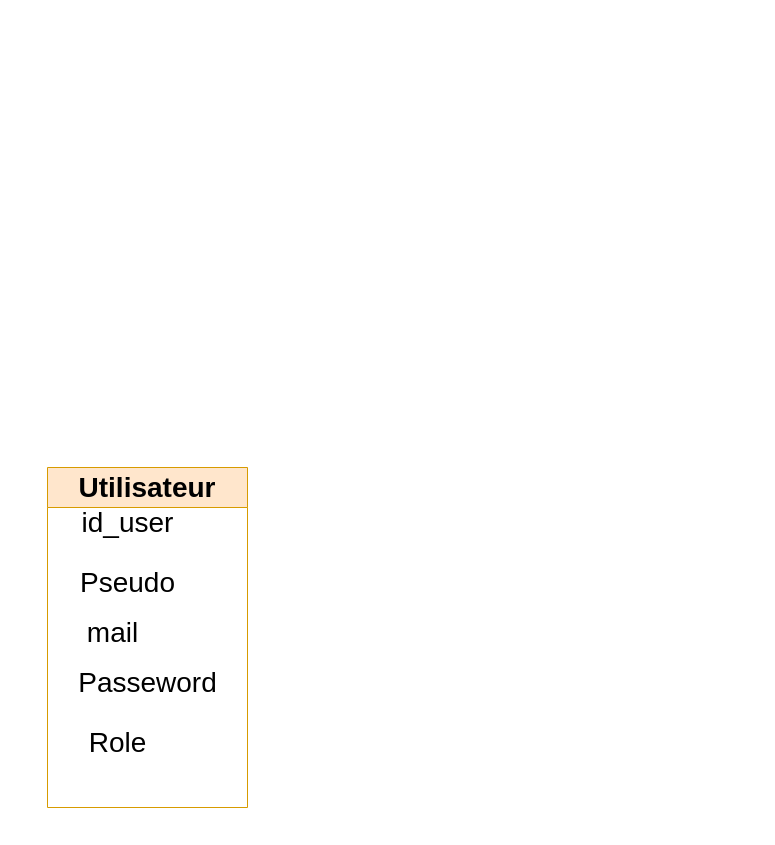
Above: Diagramme sans nom.drawio in sgjiri/first-page-html (draw.io), before the change. Source tidied: cells renumbered, new cells numbered last; positions are measured from the earlier drawing's top-left corner, leaving out a move shared by most shapes. Both pictures are drawn from the tidied source at 100%, with x=0, y=0 at pixel (47, 467).
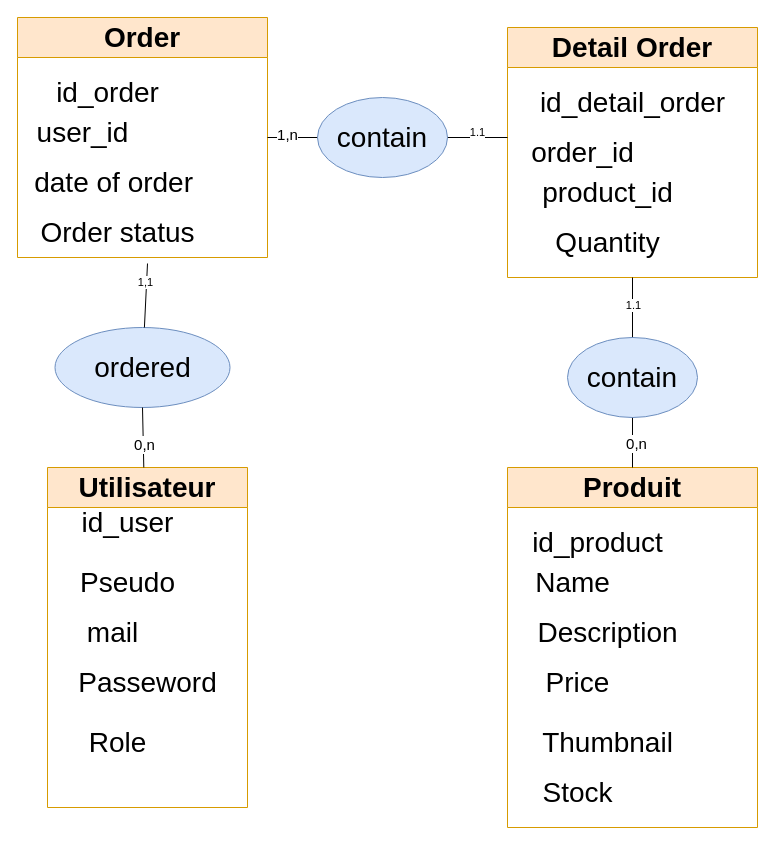
The same diagram, later.

Commit message (it also covers changes not shown here):
Mettre à jour Diagramme sans nom.drawio

Unchanged cells that the change refers to:
```xml
<mxCell id="2" value="&lt;font style=&quot;font-size: 28px;&quot;&gt;Utilisateur&lt;/font&gt;" style="swimlane;whiteSpace=wrap;html=1;fillColor=#ffe6cc;strokeColor=#d79b00;fontSize=17;startSize=40;" parent="1" vertex="1">
  <mxGeometry width="200" height="340" as="geometry" />
</mxCell>
```

Diff of the diagram source:
```diff
@@
+    <mxCell id="8" value="&lt;span style=&quot;font-size: 28px;&quot;&gt;Produit&lt;/span&gt;" style="swimlane;whiteSpace=wrap;html=1;fillColor=#ffe6cc;strokeColor=#d79b00;fontSize=17;startSize=40;" parent="1" vertex="1">
+      <mxGeometry x="460" width="250" height="360" as="geometry" />
+    </mxCell>
+    <mxCell id="9" value="Name" style="text;html=1;align=center;verticalAlign=middle;strokeColor=none;fillColor=none;fontSize=28;" parent="8" vertex="1">
+      <mxGeometry x="15" y="90" width="100" height="50" as="geometry" />
+    </mxCell>
+    <mxCell id="10" value="Description" style="text;html=1;align=center;verticalAlign=middle;strokeColor=none;fillColor=none;fontSize=28;" parent="8" vertex="1">
+      <mxGeometry x="20" y="140" width="160" height="50" as="geometry" />
+    </mxCell>
+    <mxCell id="11" value="id_product" style="text;html=1;align=center;verticalAlign=middle;strokeColor=none;fillColor=none;fontSize=28;" parent="8" vertex="1">
+      <mxGeometry x="15" y="50" width="150" height="50" as="geometry" />
+    </mxCell>
+    <mxCell id="12" value="Price" style="text;html=1;align=center;verticalAlign=middle;strokeColor=none;fillColor=none;fontSize=28;" parent="8" vertex="1">
+      <mxGeometry x="25" y="190" width="90" height="50" as="geometry" />
+    </mxCell>
+    <mxCell id="13" value="Thumbnail" style="text;html=1;align=center;verticalAlign=middle;strokeColor=none;fillColor=none;fontSize=28;" parent="8" vertex="1">
+      <mxGeometry x="25" y="250" width="150" height="50" as="geometry" />
+    </mxCell>
+    <mxCell id="14" value="Stock" style="text;html=1;align=center;verticalAlign=middle;strokeColor=none;fillColor=none;fontSize=28;" parent="8" vertex="1">
+      <mxGeometry x="25" y="300" width="90" height="50" as="geometry" />
+    </mxCell>
+    <mxCell id="15" style="edgeStyle=orthogonalEdgeStyle;rounded=0;jettySize=auto;html=1;exitX=1;exitY=0.5;exitDx=0;exitDy=0;strokeColor=none;" parent="1" edge="1" source="16">
+      <mxGeometry relative="1" as="geometry">
+        <mxPoint x="320" y="-320" as="targetPoint" />
+      </mxGeometry>
+    </mxCell>
+    <mxCell id="16" value="&lt;span style=&quot;font-size: 28px;&quot;&gt;Order&lt;/span&gt;" style="swimlane;whiteSpace=wrap;html=1;fillColor=#ffe6cc;strokeColor=#d79b00;fontSize=17;startSize=40;" parent="1" vertex="1">
+      <mxGeometry x="-30" y="-450" width="250" height="240" as="geometry" />
+    </mxCell>
+    <mxCell id="17" value="user_id" style="text;html=1;align=center;verticalAlign=middle;strokeColor=none;fillColor=none;fontSize=28;" parent="16" vertex="1">
+      <mxGeometry x="5" y="90" width="120" height="50" as="geometry" />
+    </mxCell>
+    <mxCell id="18" value="date of&amp;nbsp;order&amp;nbsp;" style="text;html=1;align=center;verticalAlign=middle;strokeColor=none;fillColor=none;fontSize=28;" parent="16" vertex="1">
+      <mxGeometry x="5" y="140" width="190" height="50" as="geometry" />
+    </mxCell>
+    <mxCell id="19" value="id_order" style="text;html=1;align=center;verticalAlign=middle;strokeColor=none;fillColor=none;fontSize=28;" parent="16" vertex="1">
+      <mxGeometry x="25" y="50" width="130" height="50" as="geometry" />
+    </mxCell>
+    <mxCell id="20" value="Order status" style="text;html=1;align=center;verticalAlign=middle;strokeColor=none;fillColor=none;fontSize=28;" parent="16" vertex="1">
+      <mxGeometry x="10" y="190" width="180" height="50" as="geometry" />
+    </mxCell>
+    <mxCell id="21" value="&lt;span style=&quot;font-size: 28px;&quot;&gt;Detail Order&lt;/span&gt;" style="swimlane;whiteSpace=wrap;html=1;fillColor=#ffe6cc;strokeColor=#d79b00;fontSize=17;startSize=40;" parent="1" vertex="1">
+      <mxGeometry x="460" y="-440" width="250" height="250" as="geometry" />
+    </mxCell>
+    <mxCell id="22" value="product_id" style="text;html=1;align=center;verticalAlign=middle;strokeColor=none;fillColor=none;fontSize=28;" parent="21" vertex="1">
+      <mxGeometry x="25" y="140" width="150" height="50" as="geometry" />
+    </mxCell>
+    <mxCell id="23" value="order_id" style="text;html=1;align=center;verticalAlign=middle;strokeColor=none;fillColor=none;fontSize=28;" parent="21" vertex="1">
+      <mxGeometry x="10" y="100" width="130" height="50" as="geometry" />
+    </mxCell>
+    <mxCell id="24" value="Quantity" style="text;html=1;align=center;verticalAlign=middle;strokeColor=none;fillColor=none;fontSize=28;" parent="21" vertex="1">
+      <mxGeometry x="35" y="190" width="130" height="50" as="geometry" />
+    </mxCell>
+    <mxCell id="25" value="id_detail_order" style="text;html=1;align=center;verticalAlign=middle;strokeColor=none;fillColor=none;fontSize=28;" parent="21" vertex="1">
+      <mxGeometry x="20" y="50" width="210" height="50" as="geometry" />
+    </mxCell>
+    <mxCell id="26" value="ordered" style="ellipse;whiteSpace=wrap;html=1;fillColor=#dae8fc;strokeColor=#6c8ebf;fontSize=28;" parent="1" vertex="1">
+      <mxGeometry x="7.5" y="-140" width="175" height="80" as="geometry" />
+    </mxCell>
+    <mxCell id="27" style="endArrow=none;html=1;rounded=0;exitX=0.5;exitY=1;exitDx=0;exitDy=0;" parent="1" edge="1" source="26" target="2">
+      <mxGeometry relative="1" as="geometry" />
+    </mxCell>
+    <mxCell id="28" value="&lt;font style=&quot;font-size: 15px;&quot;&gt;0,n&lt;/font&gt;" style="edgeLabel;html=1;align=center;verticalAlign=middle;" parent="27" vertex="1">
+      <mxGeometry x="0.23" y="1" relative="1" as="geometry" />
+    </mxCell>
+    <mxCell id="29" style="endArrow=none;html=1;rounded=0;" parent="1" edge="1" source="26">
+      <mxGeometry relative="1" as="geometry">
+        <mxPoint x="100" y="-204" as="targetPoint" />
+      </mxGeometry>
+    </mxCell>
+    <mxCell id="30" value="1,1" style="edgeLabel;html=1;align=center;verticalAlign=middle;" parent="1" vertex="1">
+      <mxGeometry x="106.8" y="-13.4" as="geometry">
+        <mxPoint x="-9" y="-172" as="offset" />
+      </mxGeometry>
+    </mxCell>
+    <mxCell id="31" style="endArrow=none;html=1;rounded=0;exitX=1;exitY=0.5;exitDx=0;exitDy=0;" parent="1" edge="1" source="16">
+      <mxGeometry relative="1" as="geometry">
+        <mxPoint x="460" y="-330" as="targetPoint" />
+      </mxGeometry>
+    </mxCell>
+    <mxCell id="32" value="contain" style="ellipse;whiteSpace=wrap;html=1;fillColor=#dae8fc;strokeColor=#6c8ebf;fontSize=28;" parent="1" vertex="1">
+      <mxGeometry x="270" y="-370" width="130" height="80" as="geometry" />
+    </mxCell>
+    <mxCell id="33" value="&lt;font style=&quot;font-size: 15px;&quot;&gt;1,n&lt;/font&gt;" style="edgeLabel;html=1;align=center;verticalAlign=middle;" parent="1" vertex="1">
+      <mxGeometry x="106.8" y="-13.4" as="geometry">
+        <mxPoint x="133" y="-320" as="offset" />
+      </mxGeometry>
+    </mxCell>
+    <mxCell id="34" value="1.1" style="edgeLabel;html=1;align=center;verticalAlign=middle;" parent="1" vertex="1">
+      <mxGeometry x="420" y="-330" as="geometry">
+        <mxPoint x="9" y="-6" as="offset" />
+      </mxGeometry>
+    </mxCell>
+    <mxCell id="35" style="endArrow=none;html=1;rounded=0;entryX=0.5;entryY=1;entryDx=0;entryDy=0;exitX=0.5;exitY=0;exitDx=0;exitDy=0;" parent="1" edge="1" source="8" target="21">
+      <mxGeometry relative="1" as="geometry" />
+    </mxCell>
+    <mxCell id="36" value="contain" style="ellipse;whiteSpace=wrap;html=1;fillColor=#dae8fc;strokeColor=#6c8ebf;fontSize=28;" parent="1" vertex="1">
+      <mxGeometry x="520" y="-130" width="130" height="80" as="geometry" />
+    </mxCell>
+    <mxCell id="37" value="1.1" style="edgeLabel;html=1;align=center;verticalAlign=middle;" parent="1" vertex="1">
+      <mxGeometry x="106.8" y="-13" as="geometry">
+        <mxPoint x="479" y="-150" as="offset" />
+      </mxGeometry>
+    </mxCell>
+    <mxCell id="38" value="&lt;font style=&quot;font-size: 15px;&quot;&gt;0,n&lt;/font&gt;" style="edgeLabel;html=1;align=center;verticalAlign=middle;" parent="1" vertex="1">
+      <mxGeometry x="106.8" y="-12" as="geometry">
+        <mxPoint x="482" y="-13" as="offset" />
+      </mxGeometry>
+    </mxCell>
```
